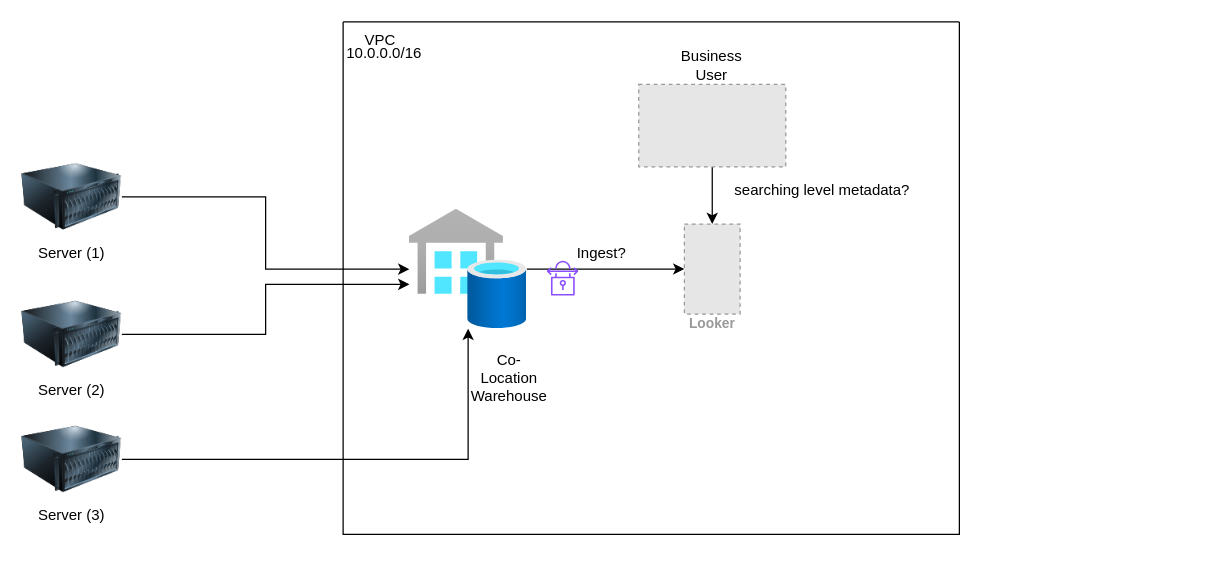
FaberioFio/test_azure keeps this draw.io diagram as GCP_BSS.drawio. Above is the earlier version. Source tidied: cells renumbered, new cells numbered last; positions are measured from the earlier drawing's top-left corner, leaving out a move shared by most shapes. Both pictures are drawn from the tidied source at 125%, with x=0, y=0 at pixel (21, 21). Pictures stored in the file or linked from it are replaced by grey dashed boxes.
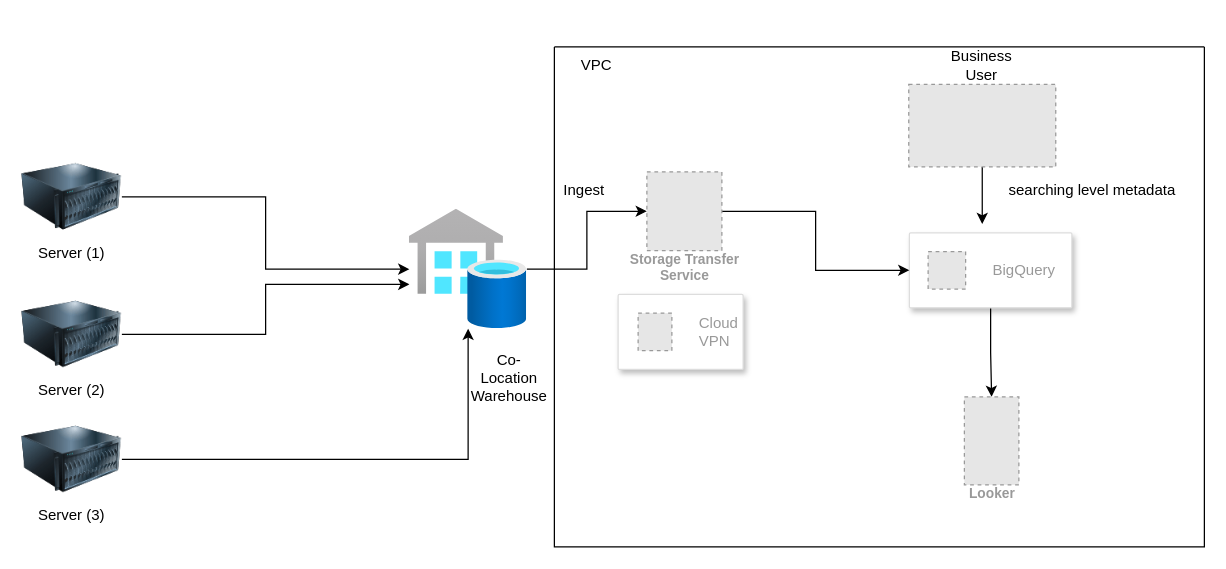
Above is the later version.

Unchanged cells that the change refers to:
```xml
<mxCell id="12" style="image;html=1;points=[];align=center;fontSize=12;image=img/lib/azure2/databases/SQL_Data_Warehouses.svg;" parent="1" vertex="1">
  <mxGeometry x="310" y="150" width="94" height="95.5" as="geometry" />
</mxCell>
```

The edit, as a diff of the source:
```diff
@@
-    <mxCell id="11" style="edgeStyle=orthogonalEdgeStyle;rounded=0;jettySize=auto;html=1;" parent="1" edge="1" source="12" target="17">
-      <mxGeometry relative="1" as="geometry" />
-    </mxCell>
+    <mxCell id="27" style="edgeStyle=orthogonalEdgeStyle;rounded=0;jettySize=auto;html=1;" parent="1" edge="1" source="12" target="32">
+      <mxGeometry relative="1" as="geometry" />
+    </mxCell>
@@
-    <mxCell id="17" value="Looker" style="fillColor=#E6E6E6;strokeColor=#999999;dashed=1;html=1;verticalAlign=top;labelPosition=center;verticalLabelPosition=bottom;align=center;spacingTop=-6;fontSize=11;fontStyle=1;fontColor=#999999;" parent="1" vertex="1">
-      <mxGeometry x="530" y="161.7" width="44.6" height="72" as="geometry" />
-    </mxCell>
-    <mxCell id="18" style="edgeStyle=orthogonalEdgeStyle;rounded=0;jettySize=auto;html=1;" parent="1" edge="1" source="19" target="17">
-      <mxGeometry relative="1" as="geometry" />
+    <mxCell id="18" style="edgeStyle=orthogonalEdgeStyle;rounded=0;jettySize=auto;html=1;" parent="1" edge="1" source="19">
+      <mxGeometry relative="1" as="geometry">
+        <mxPoint x="768.3" y="161.7" as="targetPoint" />
+      </mxGeometry>
     </mxCell>
     <mxCell id="19" style="fillColor=#E6E6E6;strokeColor=#999999;dashed=1;verticalLabelPosition=bottom;labelBackgroundColor=default;verticalAlign=top;" parent="1" vertex="1">
-      <mxGeometry x="493.5" y="50" width="117.6" height="66" as="geometry" />
+      <mxGeometry x="709.5" y="50" width="117.6" height="66" as="geometry" />
     </mxCell>
     <mxCell id="20" value="Business User" style="text;html=1;align=center;verticalAlign=middle;whiteSpace=wrap;rounded=0;" parent="1" vertex="1">
-      <mxGeometry x="522.3" y="20" width="60" height="30" as="geometry" />
+      <mxGeometry x="738.3" y="20" width="60" height="30" as="geometry" />
     </mxCell>
-    <mxCell id="21" value="Ingest?" style="text;html=1;align=center;verticalAlign=middle;whiteSpace=wrap;rounded=0;" parent="1" vertex="1">
-      <mxGeometry x="433.5" y="170" width="60" height="30" as="geometry" />
+    <mxCell id="21" value="Ingest" style="text;html=1;align=center;verticalAlign=middle;whiteSpace=wrap;rounded=0;" parent="1" vertex="1">
+      <mxGeometry x="420" y="120" width="60" height="30" as="geometry" />
     </mxCell>
-    <mxCell id="22" value="searching level metadata?" style="text;html=1;align=center;verticalAlign=middle;whiteSpace=wrap;rounded=0;" parent="1" vertex="1">
-      <mxGeometry x="551.1" y="120" width="178.9" height="30" as="geometry" />
+    <mxCell id="22" value="searching level metadata" style="text;html=1;align=center;verticalAlign=middle;whiteSpace=wrap;rounded=0;" parent="1" vertex="1">
+      <mxGeometry x="767.1" y="120" width="178.9" height="30" as="geometry" />
     </mxCell>
-    <mxCell id="23" style="swimlane;startSize=0;" parent="1" vertex="1">
-      <mxGeometry x="257" width="493" height="410" as="geometry" />
-    </mxCell>
-    <mxCell id="24" style="sketch=0;fontColor=#232F3E;gradientColor=none;fillColor=#8C4FFF;strokeColor=none;dashed=0;verticalLabelPosition=bottom;verticalAlign=top;align=center;html=1;fontSize=12;fontStyle=0;shape=mxgraph.aws4.vpn_connection;" parent="23" vertex="1">
-      <mxGeometry x="163" y="191" width="25.1" height="28" as="geometry" />
-    </mxCell>
+    <mxCell id="28" style="edgeStyle=orthogonalEdgeStyle;rounded=0;jettySize=auto;html=1;" parent="1" edge="1" source="29" target="17">
+      <mxGeometry relative="1" as="geometry" />
+    </mxCell>
+    <mxCell id="29" style="strokeColor=#dddddd;shadow=1;strokeWidth=1;rounded=1;absoluteArcSize=1;arcSize=2;" parent="1" vertex="1">
+      <mxGeometry x="710" y="168.7" width="130" height="60" as="geometry" />
+    </mxCell>
+    <mxCell id="30" value="BigQuery" style="fillColor=#E6E6E6;strokeColor=#999999;dashed=1;html=1;fontColor=#999999;verticalLabelPosition=middle;verticalAlign=middle;labelPosition=right;align=left;spacingLeft=20;" parent="29" vertex="1">
+      <mxGeometry width="30" height="30" relative="1" as="geometry">
+        <mxPoint x="15" y="15" as="offset" />
+      </mxGeometry>
+    </mxCell>
+    <mxCell id="31" style="edgeStyle=orthogonalEdgeStyle;rounded=0;jettySize=auto;html=1;entryX=0;entryY=0.5;entryDx=0;entryDy=0;" parent="1" edge="1" source="32" target="29">
+      <mxGeometry relative="1" as="geometry" />
+    </mxCell>
+    <mxCell id="32" value="Storage Transfer&#10;Service" style="fillColor=#E6E6E6;strokeColor=#999999;dashed=1;html=1;verticalAlign=top;labelPosition=center;verticalLabelPosition=bottom;align=center;spacingTop=-6;fontSize=11;fontStyle=1;fontColor=#999999;" parent="1" vertex="1">
+      <mxGeometry x="500" y="120" width="60" height="63" as="geometry" />
+    </mxCell>
+    <mxCell id="17" value="Looker" style="fillColor=#E6E6E6;strokeColor=#999999;dashed=1;html=1;verticalAlign=top;labelPosition=center;verticalLabelPosition=bottom;align=center;spacingTop=-6;fontSize=11;fontStyle=1;fontColor=#999999;" parent="1" vertex="1">
+      <mxGeometry x="754" y="300" width="43.6" height="70.4" as="geometry" />
+    </mxCell>
+    <mxCell id="33" style="strokeColor=#dddddd;shadow=1;strokeWidth=1;rounded=1;absoluteArcSize=1;arcSize=2;" parent="1" vertex="1">
+      <mxGeometry x="477" y="218" width="100" height="60" as="geometry" />
+    </mxCell>
+    <mxCell id="34" value="Cloud&#10;VPN" style="fillColor=#E6E6E6;strokeColor=#999999;dashed=1;html=1;fontColor=#999999;verticalLabelPosition=middle;verticalAlign=middle;labelPosition=right;align=left;spacingLeft=20;" parent="33" vertex="1">
+      <mxGeometry width="27" height="30" relative="1" as="geometry">
+        <mxPoint x="16" y="15" as="offset" />
+      </mxGeometry>
+    </mxCell>
+    <mxCell id="35" style="swimlane;startSize=0;" parent="1" vertex="1">
+      <mxGeometry x="426" y="20" width="520" height="400" as="geometry" />
+    </mxCell>
-    <mxCell id="25" value="VPC" style="text;html=1;align=center;verticalAlign=middle;whiteSpace=wrap;rounded=0;" parent="23" vertex="1">
-      <mxGeometry width="60" height="30" as="geometry" />
+    <mxCell id="25" value="VPC" style="text;html=1;align=center;verticalAlign=middle;whiteSpace=wrap;rounded=0;" parent="35" vertex="1">
+      <mxGeometry x="4" width="60" height="30" as="geometry" />
     </mxCell>
-    <mxCell id="26" value="10.0.0.0/16&lt;span style=&quot;white-space: pre;&quot;&gt;&#9;&lt;/span&gt;" style="text;html=1;align=center;verticalAlign=middle;whiteSpace=wrap;rounded=0;" parent="23" vertex="1">
-      <mxGeometry x="13" y="10" width="60" height="30" as="geometry" />
-    </mxCell>
```
